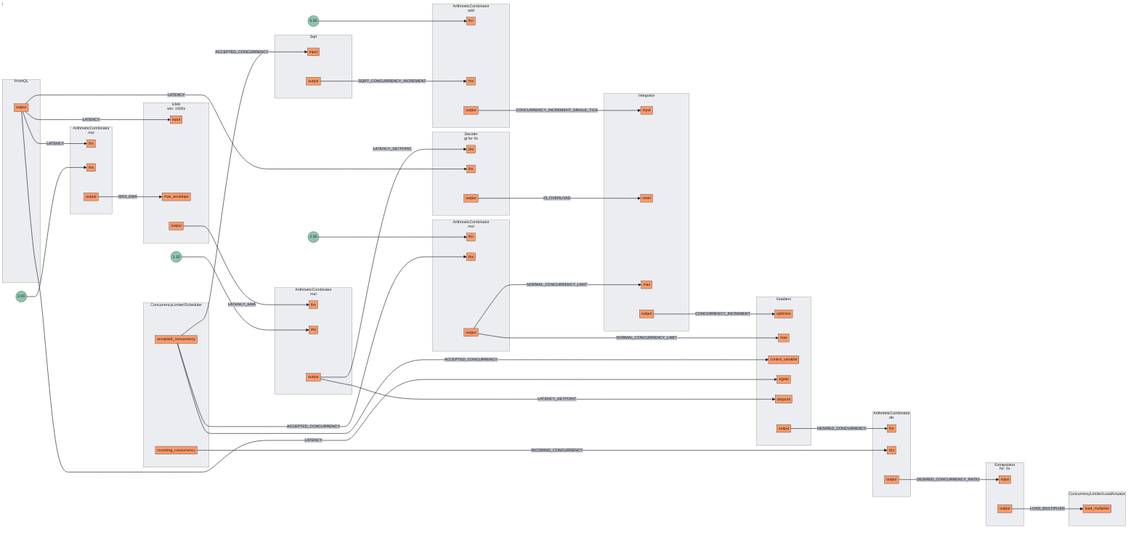
Earlier version of the Mermaid export docs/content/tutorials/integrations/flow-control/concurrency-limiting/assets/workload-prioritization/workload-prioritization.mmd.png (dataongunlaws/aperture). Its source is kept beside it as docs/content/tutorials/integrations/flow-control/concurrency-limiting/assets/workload-prioritization/workload-prioritization.mmd.
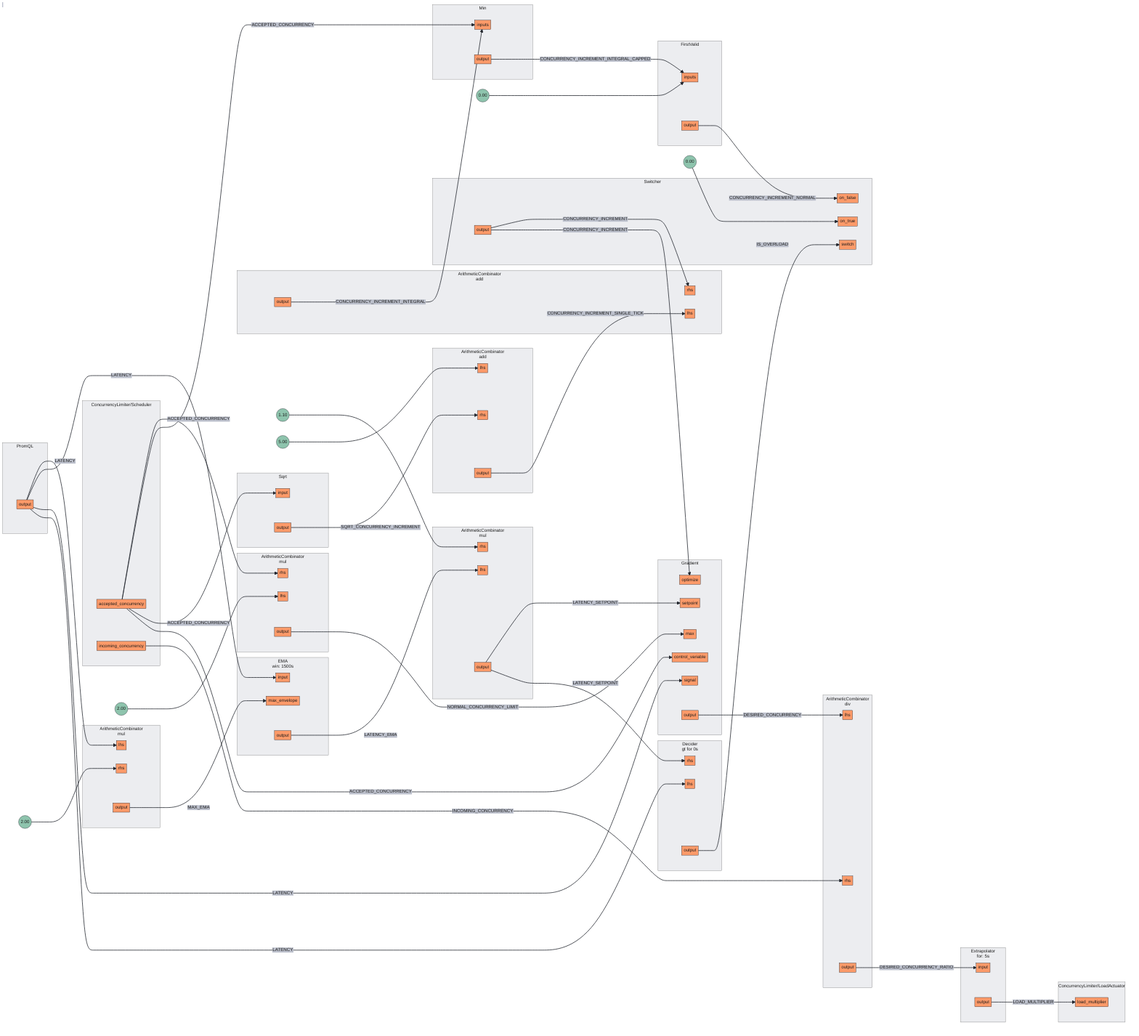
Above is the later version.

Change to the diagram source:
```diff
@@ -39,8 +39,8 @@
 subgraph 3[<center>ArithmeticCombinator<br/>mul</center>]
 subgraph 3_inports[ ]
 style 3_inports fill:none,stroke:none
+3rhs[rhs]
 3lhs[lhs]
-3rhs[rhs]
 end
 subgraph 3_outports[ ]
 style 3_outports fill:none,stroke:none
@@ -62,111 +62,152 @@
 end
 FakeConstant3((5.00))
 FakeConstant3 --> 4lhs
-subgraph 5[Integrator]
+subgraph 5[<center>ArithmeticCombinator<br/>add</center>]
 subgraph 5_inports[ ]
 style 5_inports fill:none,stroke:none
-5input[input]
-5reset[reset]
-5max[max]
+5lhs[lhs]
+5rhs[rhs]
 end
 subgraph 5_outports[ ]
 style 5_outports fill:none,stroke:none
 5output[output]
 end
 end
-subgraph 6[Sqrt]
+subgraph 6[Min]
 subgraph 6_inports[ ]
 style 6_inports fill:none,stroke:none
-6input[input]
+6inputs[inputs]
+6inputs[inputs]
 end
 subgraph 6_outports[ ]
 style 6_outports fill:none,stroke:none
 6output[output]
 end
 end
-subgraph 7[PromQL]
+subgraph 7[FirstValid]
+subgraph 7_inports[ ]
+style 7_inports fill:none,stroke:none
+7inputs[inputs]
+7inputs[inputs]
+end
 subgraph 7_outports[ ]
 style 7_outports fill:none,stroke:none
 7output[output]
 end
 end
-subgraph 8[<center>EMA<br/>win: 1500s</center>]
+FakeConstant4((0.00))
+FakeConstant4 --> 7inputs
+subgraph 8[Sqrt]
 subgraph 8_inports[ ]
 style 8_inports fill:none,stroke:none
 8input[input]
-8max_envelope[max_envelope]
 end
 subgraph 8_outports[ ]
 style 8_outports fill:none,stroke:none
 8output[output]
 end
 end
-subgraph 9[Gradient]
-subgraph 9_inports[ ]
-style 9_inports fill:none,stroke:none
-9optimize[optimize]
-9max[max]
-9control_variable[control_variable]
-9signal[signal]
-9setpoint[setpoint]
-end
+subgraph 9[PromQL]
 subgraph 9_outports[ ]
 style 9_outports fill:none,stroke:none
 9output[output]
 end
 end
-subgraph 10[<center>Extrapolator<br/>for: 5s</center>]
+subgraph 10[<center>EMA<br/>win: 1500s</center>]
 subgraph 10_inports[ ]
 style 10_inports fill:none,stroke:none
 10input[input]
+10max_envelope[max_envelope]
 end
 subgraph 10_outports[ ]
 style 10_outports fill:none,stroke:none
 10output[output]
 end
 end
-subgraph 11.Scheduler[ConcurrencyLimiter/Scheduler]
-subgraph 11.Scheduler_outports[ ]
-style 11.Scheduler_outports fill:none,stroke:none
-11.Scheduleraccepted_concurrency[accepted_concurrency]
-11.Schedulerincoming_concurrency[incoming_concurrency]
+subgraph 11[Gradient]
+subgraph 11_inports[ ]
+style 11_inports fill:none,stroke:none
+11max[max]
+11control_variable[control_variable]
+11signal[signal]
+11setpoint[setpoint]
+11optimize[optimize]
+end
+subgraph 11_outports[ ]
+style 11_outports fill:none,stroke:none
+11output[output]
 end
 end
-subgraph 11.LoadActuator[ConcurrencyLimiter/LoadActuator]
-subgraph 11.LoadActuator_inports[ ]
-style 11.LoadActuator_inports fill:none,stroke:none
-11.LoadActuatorload_multiplier[load_multiplier]
-end
-end
-subgraph 12[<center>Decider<br/>gt for 0s</center>]
+subgraph 12[<center>Extrapolator<br/>for: 5s</center>]
 subgraph 12_inports[ ]
 style 12_inports fill:none,stroke:none
-12rhs[rhs]
-12lhs[lhs]
+12input[input]
 end
 subgraph 12_outports[ ]
 style 12_outports fill:none,stroke:none
 12output[output]
 end
 end
-5output --> |CONCURRENCY_INCREMENT| 9optimize
-10output --> |LOAD_MULTIPLIER| 11.LoadActuatorload_multiplier
-12output --> |IS_OVERLOAD| 5reset
-4output --> |CONCURRENCY_INCREMENT_SINGLE_TICK| 5input
-7output --> |LATENCY| 0lhs
-7output --> |LATENCY| 8input
-7output --> |LATENCY| 9signal
-7output --> |LATENCY| 12lhs
-11.Scheduleraccepted_concurrency --> |ACCEPTED_CONCURRENCY| 3rhs
-11.Scheduleraccepted_concurrency --> |ACCEPTED_CONCURRENCY| 6input
-11.Scheduleraccepted_concurrency --> |ACCEPTED_CONCURRENCY| 9control_variable
-0output --> |MAX_EMA| 8max_envelope
-1output --> |LATENCY_SETPOINT| 9setpoint
-1output --> |LATENCY_SETPOINT| 12rhs
-2output --> |DESIRED_CONCURRENCY_RATIO| 10input
-6output --> |SQRT_CONCURRENCY_INCREMENT| 4rhs
-11.Schedulerincoming_concurrency --> |INCOMING_CONCURRENCY| 2rhs
-3output --> |NORMAL_CONCURRENCY_LIMIT| 5max
-3output --> |NORMAL_CONCURRENCY_LIMIT| 9max
-8output --> |LATENCY_EMA| 1lhs
-9output --> |DESIRED_CONCURRENCY| 2lhs
+subgraph 13.Scheduler[ConcurrencyLimiter/Scheduler]
+subgraph 13.Scheduler_outports[ ]
+style 13.Scheduler_outports fill:none,stroke:none
+13.Scheduleraccepted_concurrency[accepted_concurrency]
+13.Schedulerincoming_concurrency[incoming_concurrency]
+end
+end
+subgraph 13.LoadActuator[ConcurrencyLimiter/LoadActuator]
+subgraph 13.LoadActuator_inports[ ]
+style 13.LoadActuator_inports fill:none,stroke:none
+13.LoadActuatorload_multiplier[load_multiplier]
+end
+end
+subgraph 15[Switcher]
+subgraph 15_inports[ ]
+style 15_inports fill:none,stroke:none
+15on_false[on_false]
+15switch[switch]
+15on_true[on_true]
+end
+subgraph 15_outports[ ]
+style 15_outports fill:none,stroke:none
+15output[output]
+end
+end
+FakeConstant5((0.00))
+FakeConstant5 --> 15on_true
+subgraph 14[<center>Decider<br/>gt for 0s</center>]
+subgraph 14_inports[ ]
+style 14_inports fill:none,stroke:none
+14lhs[lhs]
+14rhs[rhs]
+end
+subgraph 14_outports[ ]
+style 14_outports fill:none,stroke:none
+14output[output]
+end
+end
+8output --> |SQRT_CONCURRENCY_INCREMENT| 4rhs
+13.Schedulerincoming_concurrency --> |INCOMING_CONCURRENCY| 2rhs
+3output --> |NORMAL_CONCURRENCY_LIMIT| 11max
+5output --> |CONCURRENCY_INCREMENT_INTEGRAL| 6inputs
+14output --> |IS_OVERLOAD| 15switch
+7output --> |CONCURRENCY_INCREMENT_NORMAL| 15on_false
+9output --> |LATENCY| 0lhs
+9output --> |LATENCY| 10input
+9output --> |LATENCY| 11signal
+9output --> |LATENCY| 14lhs
+10output --> |LATENCY_EMA| 1lhs
+11output --> |DESIRED_CONCURRENCY| 2lhs
+13.Scheduleraccepted_concurrency --> |ACCEPTED_CONCURRENCY| 3rhs
+13.Scheduleraccepted_concurrency --> |ACCEPTED_CONCURRENCY| 6inputs
+13.Scheduleraccepted_concurrency --> |ACCEPTED_CONCURRENCY| 8input
+13.Scheduleraccepted_concurrency --> |ACCEPTED_CONCURRENCY| 11control_variable
+0output --> |MAX_EMA| 10max_envelope
+1output --> |LATENCY_SETPOINT| 11setpoint
+1output --> |LATENCY_SETPOINT| 14rhs
+2output --> |DESIRED_CONCURRENCY_RATIO| 12input
+4output --> |CONCURRENCY_INCREMENT_SINGLE_TICK| 5lhs
+6output --> |CONCURRENCY_INCREMENT_INTEGRAL_CAPPED| 7inputs
+12output --> |LOAD_MULTIPLIER| 13.LoadActuatorload_multiplier
+15output --> |CONCURRENCY_INCREMENT| 5rhs
+15output --> |CONCURRENCY_INCREMENT| 11optimize
```
